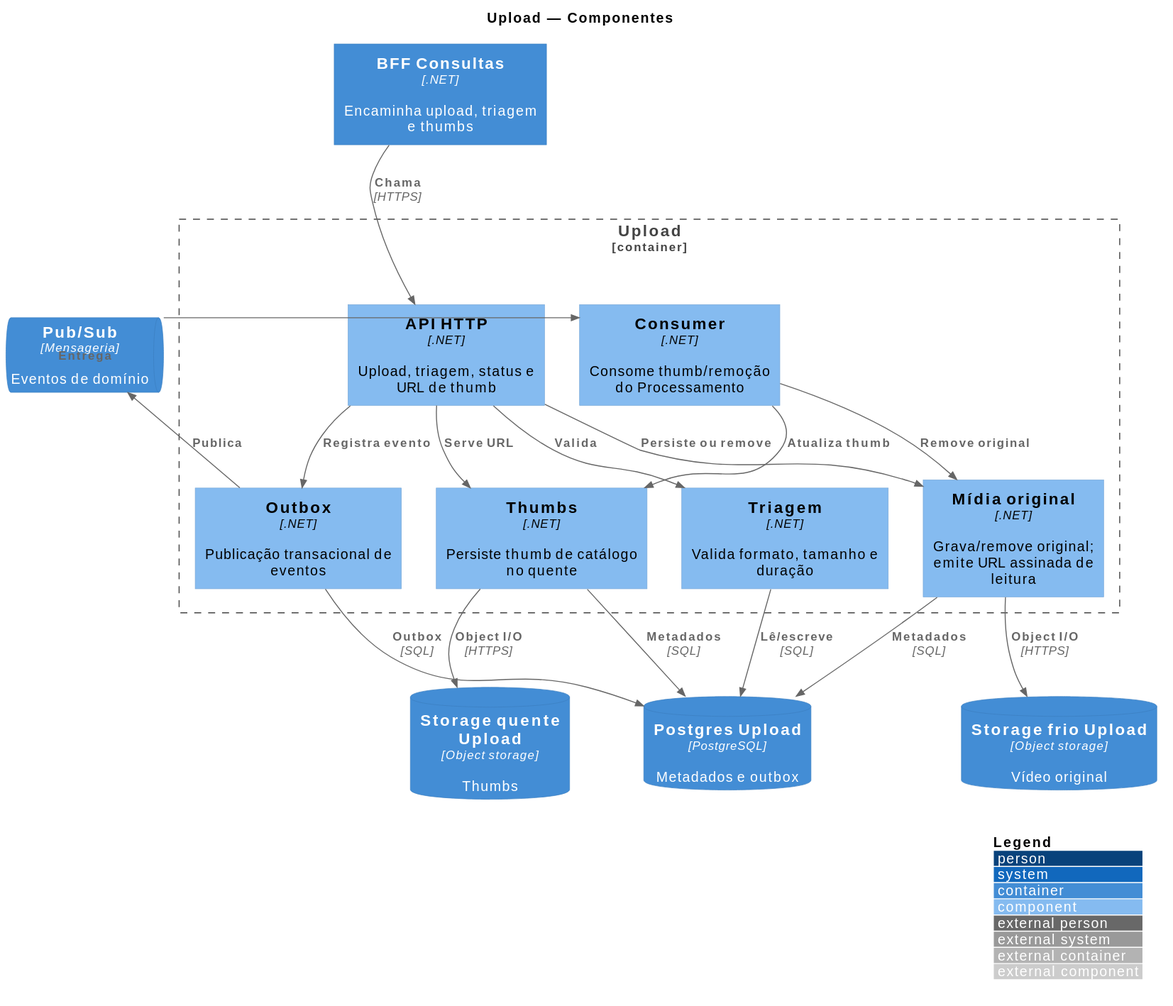
fiap-x-vcosta/docs keeps this PlantUML diagram as arquitetura/06_componentes-upload.svg. Above is the earlier version.
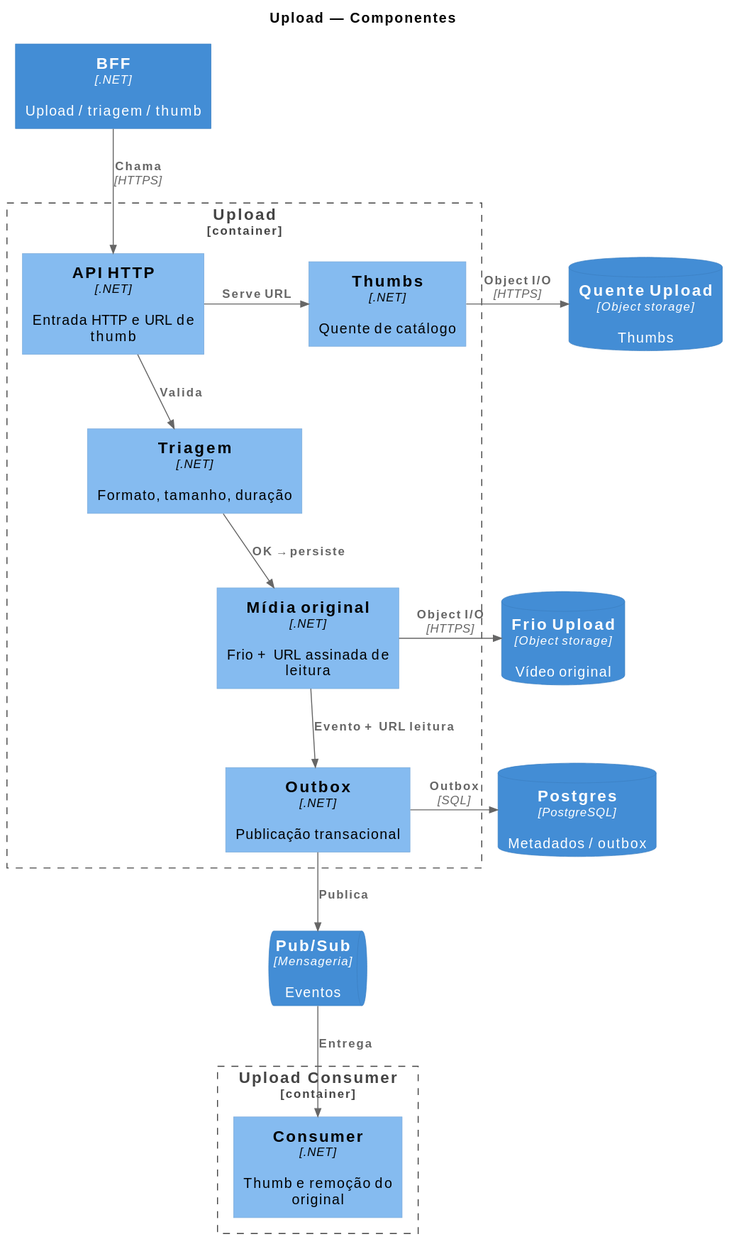
The same file after the commit.

Commit message:
docs: alinhar RF19 e fluxos ao C4; limpar diagrama Upload

What changed in the source:
```diff
@@ -1,50 +1,40 @@
 @startuml
 !include https://raw.githubusercontent.com/plantuml-stdlib/C4-PlantUML/master/C4_Component.puml
 
-LAYOUT_WITH_LEGEND()
 LAYOUT_TOP_DOWN()
+HIDE_STEREOTYPE()
 
 title Upload — Componentes
 
-Container(bff, "BFF Consultas", ".NET", "Encaminha upload, triagem e thumbs")
-ContainerQueue(pubsub, "Pub/Sub", "Mensageria", "Eventos de domínio")
-ContainerDb(pgUpload, "Postgres Upload", "PostgreSQL", "Metadados e outbox")
-ContainerDb(frioUp, "Storage frio Upload", "Object storage", "Vídeo original")
-ContainerDb(quente, "Storage quente Upload", "Object storage", "Thumbs")
+Container(bff, "BFF", ".NET", "Upload / triagem / thumb")
 
-Container_Boundary(upload, "Upload") {
-  Component(api, "API HTTP", ".NET", "Upload, triagem, status e URL de thumb")
-  Component(triagem, "Triagem", ".NET", "Valida formato, tamanho e duração")
-  Component(midia, "Mídia original", ".NET", "Grava/remove original; emite URL assinada de leitura")
-  Component(thumbs, "Thumbs", ".NET", "Persiste thumb de catálogo no quente")
-  Component(outbox, "Outbox", ".NET", "Publicação transacional de eventos")
-  Component(consumer, "Consumer", ".NET", "Consome thumb/remoção do Processamento")
+Container_Boundary(uploadApi, "Upload") {
+  Component(api, "API HTTP", ".NET", "Entrada HTTP e URL de thumb")
+  Component(triagem, "Triagem", ".NET", "Formato, tamanho, duração")
+  Component(midia, "Mídia original", ".NET", "Frio + URL assinada de leitura")
+  Component(outbox, "Outbox", ".NET", "Publicação transacional")
+  Component(thumbs, "Thumbs", ".NET", "Quente de catálogo")
 }
 
-Rel(bff, api, "Chama", "HTTPS")
-Rel(api, triagem, "Valida")
-Rel(api, midia, "Persiste ou remove")
-Rel(api, thumbs, "Serve URL")
-Rel(api, outbox, "Registra evento")
-Rel(triagem, pgUpload, "Lê/escreve", "SQL")
-Rel(midia, frioUp, "Object I/O", "HTTPS")
-Rel(midia, pgUpload, "Metadados", "SQL")
-Rel(thumbs, quente, "Object I/O", "HTTPS")
-Rel(thumbs, pgUpload, "Metadados", "SQL")
-Rel(outbox, pgUpload, "Outbox", "SQL")
-Rel(outbox, pubsub, "Publica")
-Rel(pubsub, consumer, "Entrega")
-Rel(consumer, thumbs, "Atualiza thumb")
-Rel(consumer, midia, "Remove original")
+ContainerQueue(pubsub, "Pub/Sub", "Mensageria", "Eventos")
 
-Lay_D(bff, api)
-Lay_R(triagem, midia)
-Lay_R(midia, thumbs)
-Lay_R(thumbs, outbox)
-Lay_D(api, triagem)
-Lay_D(outbox, pubsub)
-Lay_D(triagem, pgUpload)
-Lay_D(midia, frioUp)
-Lay_D(thumbs, quente)
-Lay_R(pubsub, consumer)
+Container_Boundary(uploadConsumer, "Upload Consumer") {
+  Component(consumer, "Consumer", ".NET", "Thumb e remoção do original")
+}
+
+ContainerDb(pg, "Postgres", "PostgreSQL", "Metadados / outbox")
+ContainerDb(frio, "Frio Upload", "Object storage", "Vídeo original")
+ContainerDb(quente, "Quente Upload", "Object storage", "Thumbs")
+
+Rel_D(bff, api, "Chama", "HTTPS")
+Rel_D(api, triagem, "Valida")
+Rel_D(triagem, midia, "OK → persiste")
+Rel_D(midia, outbox, "Evento + URL leitura")
+Rel_D(outbox, pubsub, "Publica")
+Rel_D(pubsub, consumer, "Entrega")
+
+Rel_R(api, thumbs, "Serve URL")
+Rel_R(thumbs, quente, "Object I/O", "HTTPS")
+Rel_R(midia, frio, "Object I/O", "HTTPS")
+Rel_R(outbox, pg, "Outbox", "SQL")
 @enduml
```
